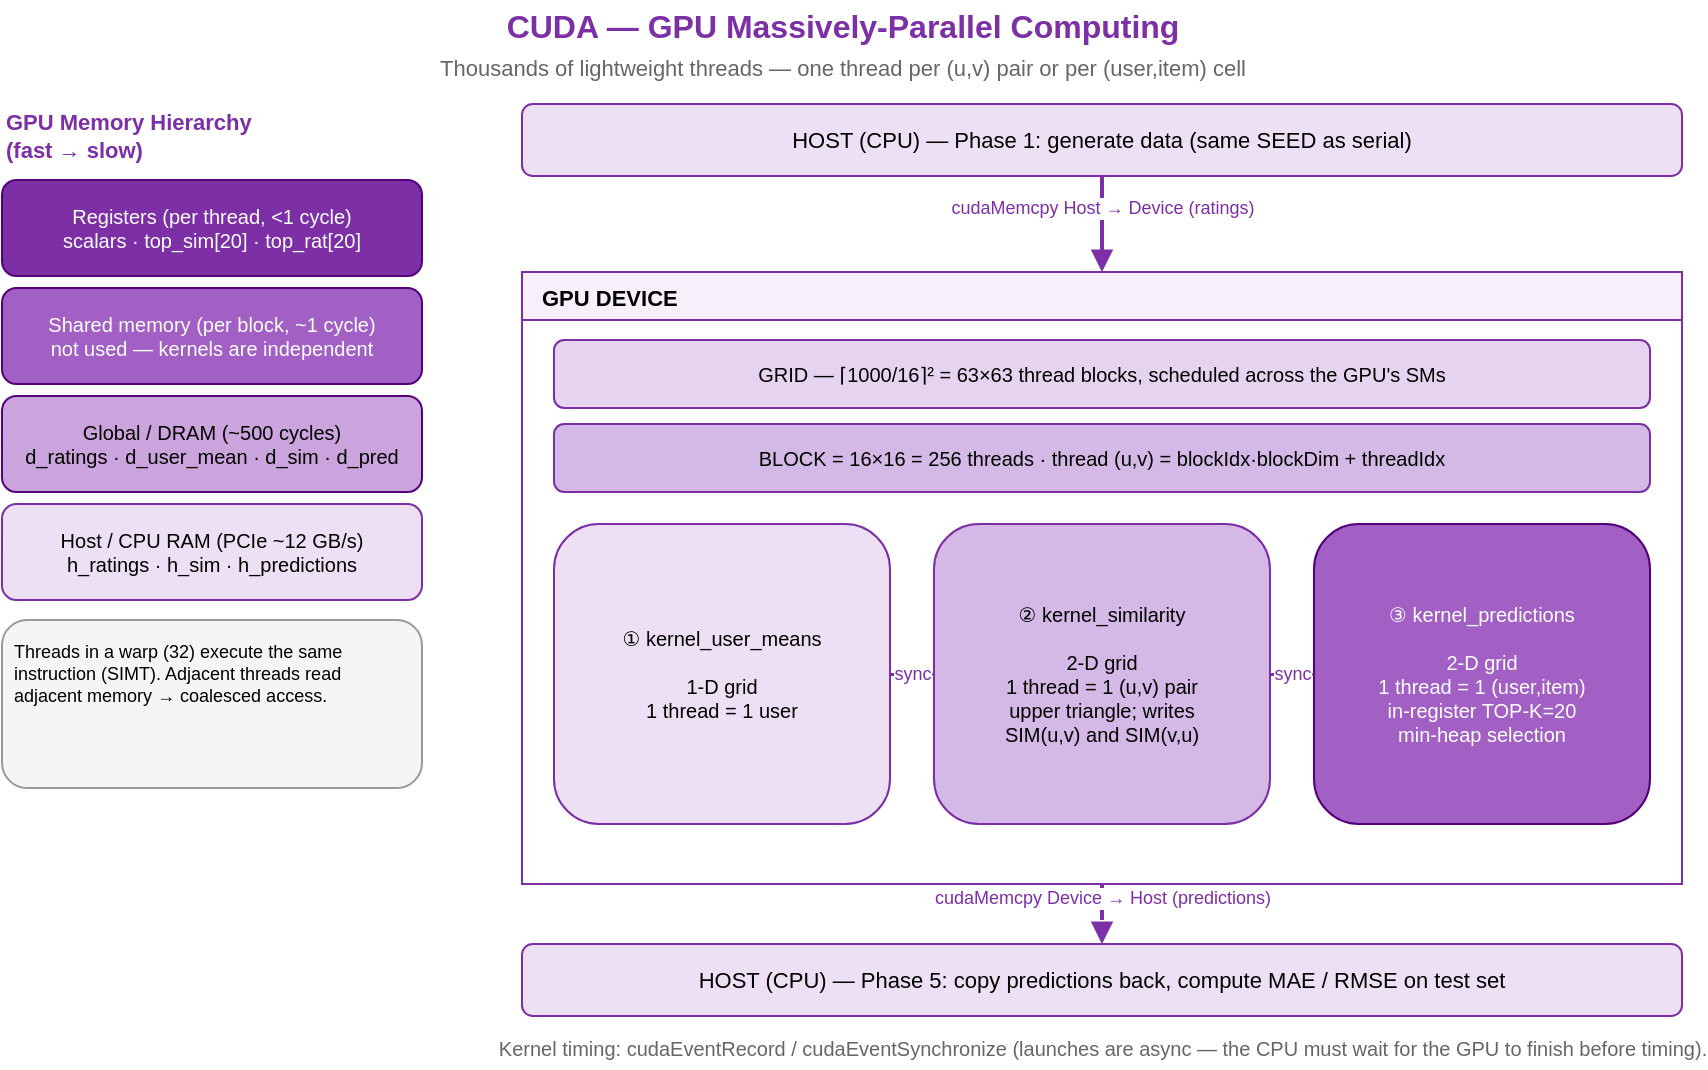
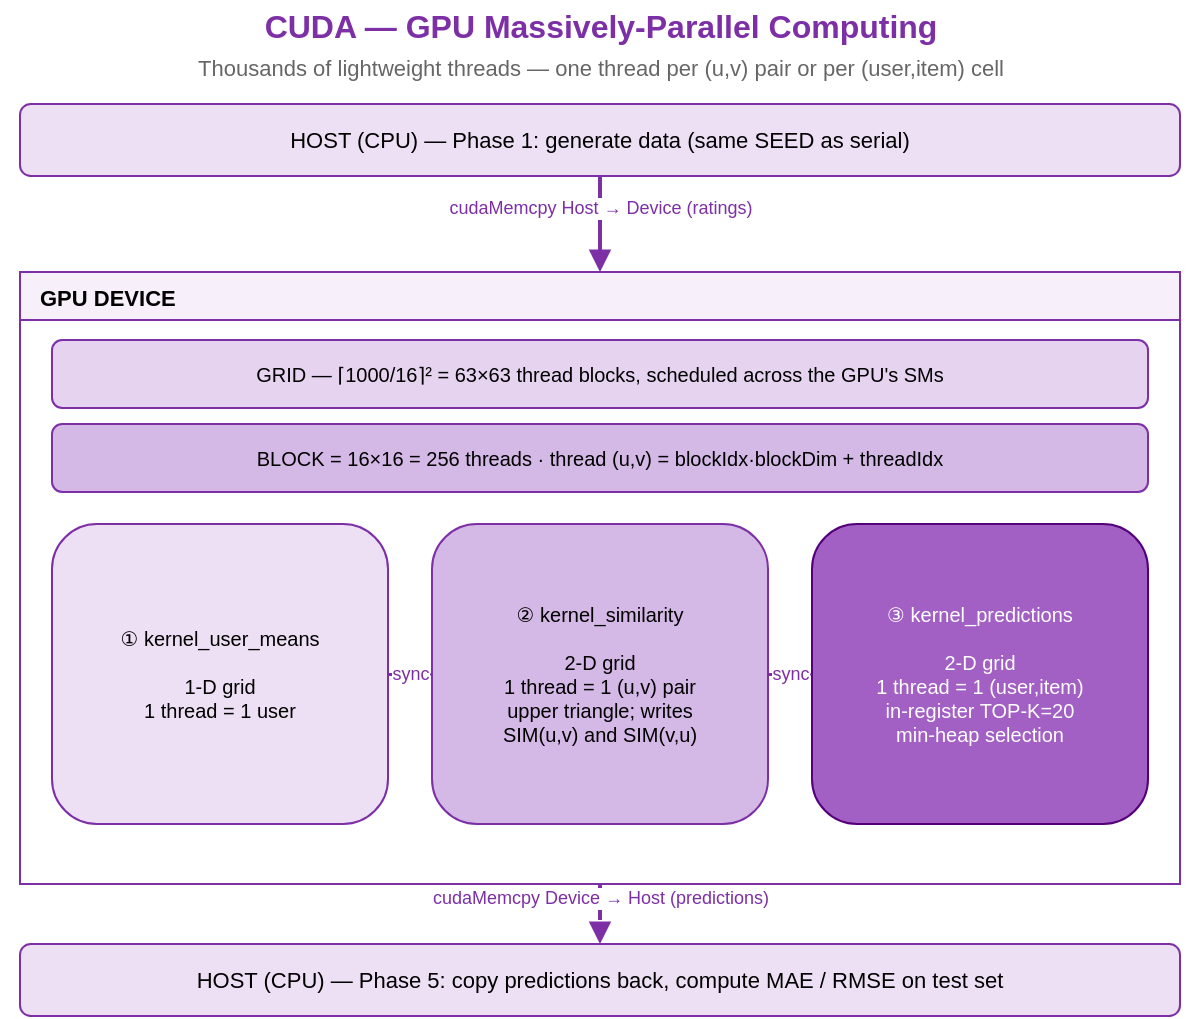
- <mxfile host="app.diagrams.net" version="21.1.2">
-   <diagram id="page5" name="5. CUDA">
-     <mxGraphModel dx="1000" dy="640" grid="1" gridSize="10" guides="1" tooltips="1" connect="1" arrows="1" fold="1" page="1" pageScale="1" pageWidth="900" pageHeight="660" math="0" shadow="0">
-       <root>
-         <mxCell id="0" />
-         <mxCell id="1" parent="0" />
- 
-         <!-- Title -->
-         <mxCell id="ttl" value="CUDA — GPU Massively-Parallel Computing" style="text;html=1;align=center;verticalAlign=middle;fontStyle=1;fontSize=16;fontColor=#7d2fa6;" vertex="1" parent="1">
-           <mxGeometry x="150" y="14" width="600" height="26" as="geometry" />
-         </mxCell>
-         <mxCell id="sub" value="Thousands of lightweight threads — one thread per (u,v) pair or per (user,item) cell" style="text;html=1;align=center;verticalAlign=middle;fontSize=11;fontColor=#666666;" vertex="1" parent="1">
-           <mxGeometry x="150" y="38" width="600" height="20" as="geometry" />
-         </mxCell>
- 
-         <!-- ===== Memory hierarchy legend (left) ===== -->
-         <mxCell id="mhl" value="GPU Memory Hierarchy&#10;(fast → slow)" style="text;html=1;align=left;verticalAlign=middle;fontStyle=1;fontSize=11;fontColor=#7d2fa6;" vertex="1" parent="1">
-           <mxGeometry x="30" y="66" width="210" height="32" as="geometry" />
-         </mxCell>
-         <mxCell id="reg" value="Registers (per thread, &lt;1 cycle)&#10;scalars · top_sim[20] · top_rat[20]" style="rounded=1;whiteSpace=wrap;html=1;fillColor=#7d2fa6;strokeColor=#54007a;fontColor=#ffffff;fontSize=10;verticalAlign=middle;" vertex="1" parent="1">
-           <mxGeometry x="30" y="104" width="210" height="48" as="geometry" />
-         </mxCell>
-         <mxCell id="shm" value="Shared memory (per block, ~1 cycle)&#10;not used — kernels are independent" style="rounded=1;whiteSpace=wrap;html=1;fillColor=#a25fc4;strokeColor=#54007a;fontColor=#ffffff;fontSize=10;verticalAlign=middle;" vertex="1" parent="1">
-           <mxGeometry x="30" y="158" width="210" height="48" as="geometry" />
-         </mxCell>
-         <mxCell id="gbl" value="Global / DRAM (~500 cycles)&#10;d_ratings · d_user_mean · d_sim · d_pred" style="rounded=1;whiteSpace=wrap;html=1;fillColor=#cBA3dd;strokeColor=#54007a;fontSize=10;verticalAlign=middle;" vertex="1" parent="1">
-           <mxGeometry x="30" y="212" width="210" height="48" as="geometry" />
-         </mxCell>
-         <mxCell id="hst" value="Host / CPU RAM (PCIe ~12 GB/s)&#10;h_ratings · h_sim · h_predictions" style="rounded=1;whiteSpace=wrap;html=1;fillColor=#ede0f4;strokeColor=#7d2fa6;fontSize=10;verticalAlign=middle;" vertex="1" parent="1">
-           <mxGeometry x="30" y="266" width="210" height="48" as="geometry" />
-         </mxCell>
-         <mxCell id="coal" value="Threads in a warp (32) execute the same instruction (SIMT). Adjacent threads read adjacent memory → coalesced access." style="rounded=1;whiteSpace=wrap;html=1;fillColor=#f5f5f5;strokeColor=#999999;fontSize=9;verticalAlign=top;align=left;spacing=6;" vertex="1" parent="1">
-           <mxGeometry x="30" y="324" width="210" height="84" as="geometry" />
-         </mxCell>
- 
-         <!-- ===== Execution flow (right) ===== -->
-         <mxCell id="host1" value="HOST (CPU) — Phase 1: generate data (same SEED as serial)" style="rounded=1;whiteSpace=wrap;html=1;fillColor=#ede0f4;strokeColor=#7d2fa6;fontSize=11;verticalAlign=middle;" vertex="1" parent="1">
-           <mxGeometry x="290" y="66" width="580" height="36" as="geometry" />
-         </mxCell>
- 
-         <!-- GPU container -->
-         <mxCell id="gpu" value="GPU DEVICE" style="swimlane;startSize=24;whiteSpace=wrap;html=1;fillColor=#f7f0fb;strokeColor=#7d2fa6;fontSize=11;fontStyle=1;verticalAlign=top;align=left;spacingLeft=8;" vertex="1" parent="1">
-           <mxGeometry x="290" y="150" width="580" height="306" as="geometry" />
-         </mxCell>
-         <mxCell id="g_grid" value="GRID — ⌈1000/16⌉² = 63×63 thread blocks, scheduled across the GPU's SMs" style="rounded=1;whiteSpace=wrap;html=1;fillColor=#e6d3f0;strokeColor=#7d2fa6;fontSize=10;verticalAlign=middle;" vertex="1" parent="gpu">
-           <mxGeometry x="16" y="34" width="548" height="34" as="geometry" />
-         </mxCell>
-         <mxCell id="g_block" value="BLOCK = 16×16 = 256 threads   ·   thread (u,v) = blockIdx·blockDim + threadIdx" style="rounded=1;whiteSpace=wrap;html=1;fillColor=#d4b8e6;strokeColor=#7d2fa6;fontSize=10;verticalAlign=middle;" vertex="1" parent="gpu">
-           <mxGeometry x="16" y="76" width="548" height="34" as="geometry" />
-         </mxCell>
- 
-         <!-- 3 kernels -->
-         <mxCell id="k1" value="① kernel_user_means&#10;&#10;1-D grid&#10;1 thread = 1 user" style="rounded=1;whiteSpace=wrap;html=1;fillColor=#ede0f4;strokeColor=#7d2fa6;fontSize=10;verticalAlign=middle;spacing=4;" vertex="1" parent="gpu">
-           <mxGeometry x="16" y="126" width="168" height="150" as="geometry" />
-         </mxCell>
-         <mxCell id="k2" value="② kernel_similarity&#10;&#10;2-D grid&#10;1 thread = 1 (u,v) pair&#10;upper triangle; writes&#10;SIM(u,v) and SIM(v,u)" style="rounded=1;whiteSpace=wrap;html=1;fillColor=#d4b8e6;strokeColor=#7d2fa6;fontSize=10;verticalAlign=middle;spacing=4;" vertex="1" parent="gpu">
-           <mxGeometry x="206" y="126" width="168" height="150" as="geometry" />
-         </mxCell>
-         <mxCell id="k3" value="③ kernel_predictions&#10;&#10;2-D grid&#10;1 thread = 1 (user,item)&#10;in-register TOP-K=20&#10;min-heap selection" style="rounded=1;whiteSpace=wrap;html=1;fillColor=#a25fc4;strokeColor=#54007a;fontColor=#ffffff;fontSize=10;verticalAlign=middle;spacing=4;" vertex="1" parent="gpu">
-           <mxGeometry x="396" y="126" width="168" height="150" as="geometry" />
-         </mxCell>
-         <mxCell id="k12" value="sync" style="edgeStyle=orthogonalEdgeStyle;rounded=0;html=1;endArrow=block;endFill=1;strokeWidth=1.5;strokeColor=#7d2fa6;fontSize=9;fontColor=#7d2fa6;" edge="1" source="k1" target="k2" parent="gpu"><mxGeometry relative="1" as="geometry" /></mxCell>
-         <mxCell id="k23" value="sync" style="edgeStyle=orthogonalEdgeStyle;rounded=0;html=1;endArrow=block;endFill=1;strokeWidth=1.5;strokeColor=#7d2fa6;fontSize=9;fontColor=#7d2fa6;" edge="1" source="k2" target="k3" parent="gpu"><mxGeometry relative="1" as="geometry" /></mxCell>
- 
-         <!-- Host eval -->
-         <mxCell id="host2" value="HOST (CPU) — Phase 5: copy predictions back, compute MAE / RMSE on test set" style="rounded=1;whiteSpace=wrap;html=1;fillColor=#ede0f4;strokeColor=#7d2fa6;fontSize=11;verticalAlign=middle;" vertex="1" parent="1">
-           <mxGeometry x="290" y="486" width="580" height="36" as="geometry" />
-         </mxCell>
- 
-         <!-- transfer arrows (short, vertical) -->
-         <mxCell id="h2d" value="cudaMemcpy  Host → Device  (ratings)" style="edgeStyle=orthogonalEdgeStyle;rounded=0;html=1;endArrow=block;endFill=1;strokeWidth=2;strokeColor=#7d2fa6;fontSize=9;fontColor=#7d2fa6;verticalAlign=bottom;" edge="1" source="host1" target="gpu" parent="1"><mxGeometry relative="1" as="geometry" /></mxCell>
-         <mxCell id="d2h" value="cudaMemcpy  Device → Host  (predictions)" style="edgeStyle=orthogonalEdgeStyle;rounded=0;html=1;endArrow=block;endFill=1;strokeWidth=2;strokeColor=#7d2fa6;dashed=1;fontSize=9;fontColor=#7d2fa6;verticalAlign=bottom;" edge="1" source="gpu" target="host2" parent="1"><mxGeometry relative="1" as="geometry" /></mxCell>
- 
-         <!-- Footer -->
-         <mxCell id="ft" value="Kernel timing: cudaEventRecord / cudaEventSynchronize (launches are async — the CPU must wait for the GPU to finish before timing)." style="text;html=1;align=center;verticalAlign=middle;fontSize=10;fontColor=#666666;" vertex="1" parent="1">
-           <mxGeometry x="290" y="528" width="580" height="20" as="geometry" />
-         </mxCell>
-       </root>
-     </mxGraphModel>
-   </diagram>
- </mxfile>
+ <mxfile host="65bd71144e">
+     <diagram id="page5" name="5. CUDA">
+         <mxGraphModel dx="1404" dy="344" grid="1" gridSize="10" guides="1" tooltips="1" connect="1" arrows="1" fold="1" page="1" pageScale="1" pageWidth="900" pageHeight="660" math="0" shadow="0">
+             <root>
+                 <mxCell id="0"/>
+                 <mxCell id="1" parent="0"/>
+                 <mxCell id="ttl" value="CUDA — GPU Massively-Parallel Computing" style="text;html=1;align=center;verticalAlign=middle;fontStyle=1;fontSize=16;fontColor=#7d2fa6;" parent="1" vertex="1">
+                     <mxGeometry x="150" y="14" width="600" height="26" as="geometry"/>
+                 </mxCell>
+                 <mxCell id="sub" value="Thousands of lightweight threads — one thread per (u,v) pair or per (user,item) cell" style="text;html=1;align=center;verticalAlign=middle;fontSize=11;fontColor=#666666;" parent="1" vertex="1">
+                     <mxGeometry x="150" y="38" width="600" height="20" as="geometry"/>
+                 </mxCell>
+                 <mxCell id="host1" value="HOST (CPU) — Phase 1: generate data (same SEED as serial)" style="rounded=1;whiteSpace=wrap;html=1;fillColor=#ede0f4;strokeColor=#7d2fa6;fontSize=11;verticalAlign=middle;" parent="1" vertex="1">
+                     <mxGeometry x="160" y="66" width="580" height="36" as="geometry"/>
+                 </mxCell>
+                 <mxCell id="gpu" value="GPU DEVICE" style="swimlane;startSize=24;whiteSpace=wrap;html=1;fillColor=#f7f0fb;strokeColor=#7d2fa6;fontSize=11;fontStyle=1;verticalAlign=top;align=left;spacingLeft=8;" parent="1" vertex="1">
+                     <mxGeometry x="160" y="150" width="580" height="306" as="geometry"/>
+                 </mxCell>
+                 <mxCell id="g_grid" value="GRID — ⌈1000/16⌉² = 63×63 thread blocks, scheduled across the GPU&#39;s SMs" style="rounded=1;whiteSpace=wrap;html=1;fillColor=#e6d3f0;strokeColor=#7d2fa6;fontSize=10;verticalAlign=middle;" parent="gpu" vertex="1">
+                     <mxGeometry x="16" y="34" width="548" height="34" as="geometry"/>
+                 </mxCell>
+                 <mxCell id="g_block" value="BLOCK = 16×16 = 256 threads   ·   thread (u,v) = blockIdx·blockDim + threadIdx" style="rounded=1;whiteSpace=wrap;html=1;fillColor=#d4b8e6;strokeColor=#7d2fa6;fontSize=10;verticalAlign=middle;" parent="gpu" vertex="1">
+                     <mxGeometry x="16" y="76" width="548" height="34" as="geometry"/>
+                 </mxCell>
+                 <mxCell id="k1" value="① kernel_user_means&#xa;&#xa;1-D grid&#xa;1 thread = 1 user" style="rounded=1;whiteSpace=wrap;html=1;fillColor=#ede0f4;strokeColor=#7d2fa6;fontSize=10;verticalAlign=middle;spacing=4;" parent="gpu" vertex="1">
+                     <mxGeometry x="16" y="126" width="168" height="150" as="geometry"/>
+                 </mxCell>
+                 <mxCell id="k2" value="② kernel_similarity&#xa;&#xa;2-D grid&#xa;1 thread = 1 (u,v) pair&#xa;upper triangle; writes&#xa;SIM(u,v) and SIM(v,u)" style="rounded=1;whiteSpace=wrap;html=1;fillColor=#d4b8e6;strokeColor=#7d2fa6;fontSize=10;verticalAlign=middle;spacing=4;" parent="gpu" vertex="1">
+                     <mxGeometry x="206" y="126" width="168" height="150" as="geometry"/>
+                 </mxCell>
+                 <mxCell id="k3" value="③ kernel_predictions&#xa;&#xa;2-D grid&#xa;1 thread = 1 (user,item)&#xa;in-register TOP-K=20&#xa;min-heap selection" style="rounded=1;whiteSpace=wrap;html=1;fillColor=#a25fc4;strokeColor=#54007a;fontColor=#ffffff;fontSize=10;verticalAlign=middle;spacing=4;" parent="gpu" vertex="1">
+                     <mxGeometry x="396" y="126" width="168" height="150" as="geometry"/>
+                 </mxCell>
+                 <mxCell id="k12" value="sync" style="edgeStyle=orthogonalEdgeStyle;rounded=0;html=1;endArrow=block;endFill=1;strokeWidth=1.5;strokeColor=#7d2fa6;fontSize=9;fontColor=#7d2fa6;" parent="gpu" source="k1" target="k2" edge="1">
+                     <mxGeometry relative="1" as="geometry"/>
+                 </mxCell>
+                 <mxCell id="k23" value="sync" style="edgeStyle=orthogonalEdgeStyle;rounded=0;html=1;endArrow=block;endFill=1;strokeWidth=1.5;strokeColor=#7d2fa6;fontSize=9;fontColor=#7d2fa6;" parent="gpu" source="k2" target="k3" edge="1">
+                     <mxGeometry relative="1" as="geometry"/>
+                 </mxCell>
+                 <mxCell id="host2" value="HOST (CPU) — Phase 5: copy predictions back, compute MAE / RMSE on test set" style="rounded=1;whiteSpace=wrap;html=1;fillColor=#ede0f4;strokeColor=#7d2fa6;fontSize=11;verticalAlign=middle;" parent="1" vertex="1">
+                     <mxGeometry x="160" y="486" width="580" height="36" as="geometry"/>
+                 </mxCell>
+                 <mxCell id="h2d" value="cudaMemcpy  Host → Device  (ratings)" style="edgeStyle=orthogonalEdgeStyle;rounded=0;html=1;endArrow=block;endFill=1;strokeWidth=2;strokeColor=#7d2fa6;fontSize=9;fontColor=#7d2fa6;verticalAlign=bottom;" parent="1" source="host1" target="gpu" edge="1">
+                     <mxGeometry relative="1" as="geometry"/>
+                 </mxCell>
+                 <mxCell id="d2h" value="cudaMemcpy  Device → Host  (predictions)" style="edgeStyle=orthogonalEdgeStyle;rounded=0;html=1;endArrow=block;endFill=1;strokeWidth=2;strokeColor=#7d2fa6;dashed=1;fontSize=9;fontColor=#7d2fa6;verticalAlign=bottom;" parent="1" source="gpu" target="host2" edge="1">
+                     <mxGeometry relative="1" as="geometry"/>
+                 </mxCell>
+             </root>
+         </mxGraphModel>
+     </diagram>
+ </mxfile>